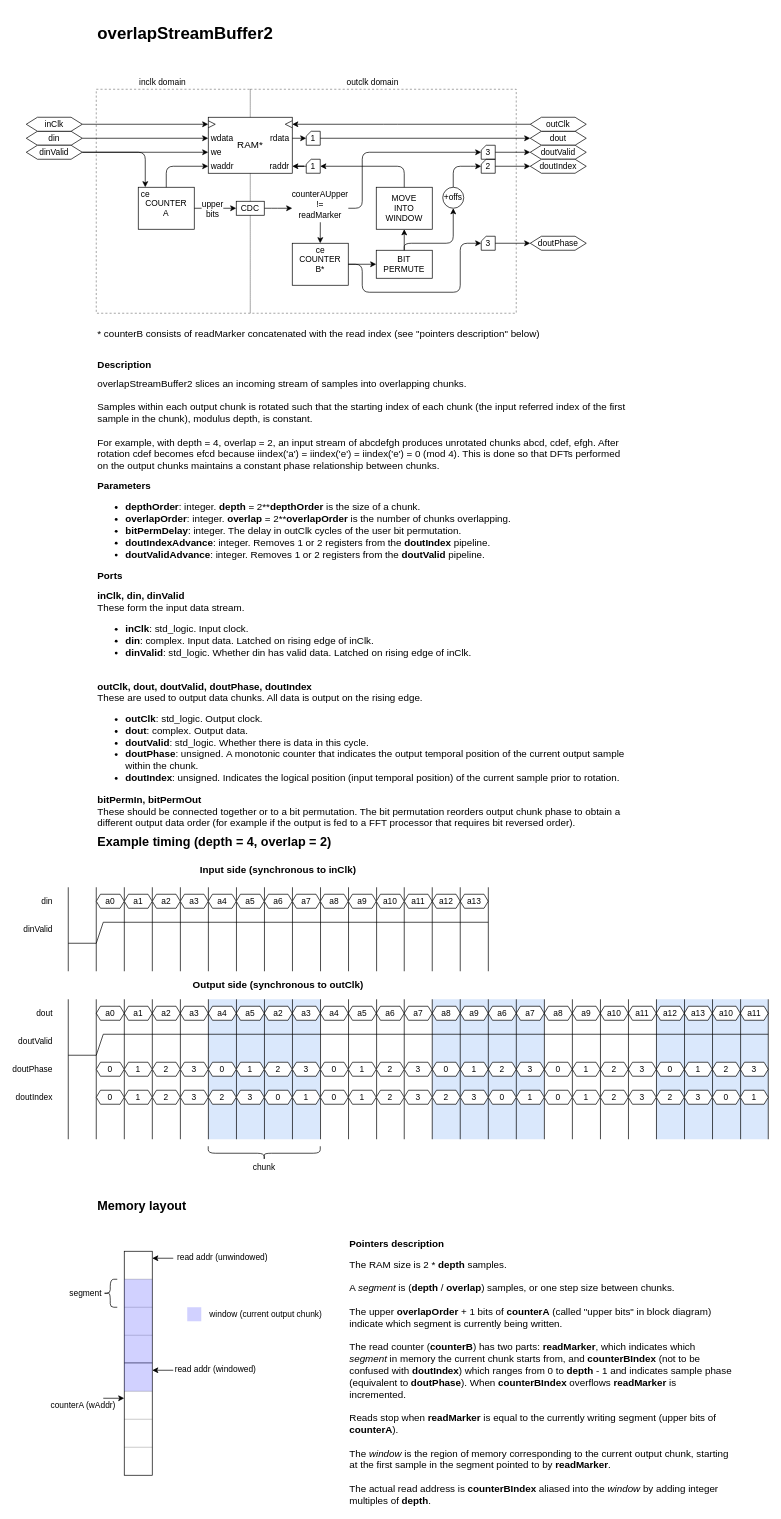
Before: diagrams/overlap_stream_buffer2.drawio in gabriel-tenma-white/fpga-dsp, a draw.io diagram. Source tidied: cells renumbered, new cells numbered last; positions are measured from the earlier drawing's top-left corner, leaving out a move shared by most shapes. Both pictures are drawn from the tidied source at 70%, with x=0, y=0 at pixel (12, 19).
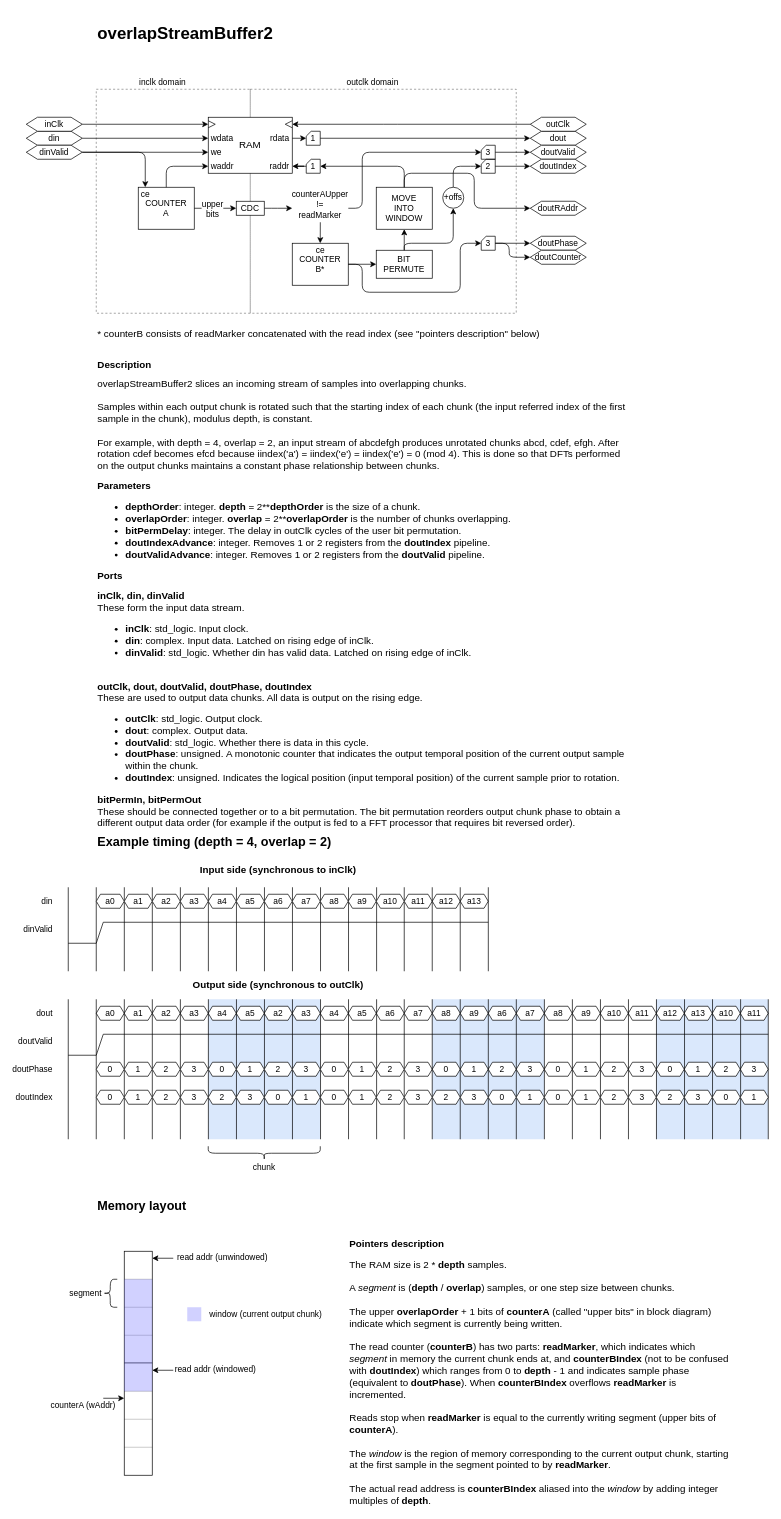
The same page after the edit.

Commit message (it also covers changes not shown here):
add overlapStreamBuffer3 and diagrams

The change refers to these unchanged cells:
```xml
<mxCell id="4" style="group;" parent="1" vertex="1">
  <mxGeometry x="280" y="140" width="120" height="80" as="geometry" />
</mxCell>
<mxCell id="46" value="3" style="shape=card;whiteSpace=wrap;html=1;fillColor=none;fontSize=12;align=center;arcSize=10;size=7;" parent="1" vertex="1">
  <mxGeometry x="670" y="310" width="20" height="20" as="geometry" />
</mxCell>
<mxCell id="58" value="MOVE&lt;br&gt;INTO&lt;br&gt;WINDOW" style="rounded=0;whiteSpace=wrap;html=1;fontSize=12;align=center;" parent="57" vertex="1">
  <mxGeometry width="80" height="60" as="geometry" />
</mxCell>
<mxCell id="222" style="group;" parent="1" vertex="1">
  <mxGeometry x="40" y="1680" width="990" height="440" as="geometry" />
</mxCell>
```

Diff of the diagram source:
```diff
@@
-    <mxCell id="5" value="RAM*" style="rounded=0;whiteSpace=wrap;html=1;fontSize=14;" parent="4" vertex="1">
+    <mxCell id="5" value="RAM" style="rounded=0;whiteSpace=wrap;html=1;fontSize=14;" parent="4" vertex="1">
       <mxGeometry width="120" height="80" as="geometry" />
     </mxCell>
@@
+    <mxCell id="244" style="edgeStyle=orthogonalEdgeStyle;rounded=1;jettySize=auto;html=1;exitX=1;exitY=0.5;exitDx=0;exitDy=0;exitPerimeter=0;entryX=0;entryY=0.5;entryDx=0;entryDy=0;" parent="1" edge="1" source="46" target="245">
+      <mxGeometry relative="1" as="geometry">
+        <Array as="points">
+          <mxPoint x="710" y="320" />
+          <mxPoint x="710" y="340" />
+        </Array>
+      </mxGeometry>
+    </mxCell>
@@
-    <mxCell id="241" value="&lt;h3 style=&quot;font-size: 14px;&quot;&gt;Pointers description&lt;/h3&gt;The RAM size is 2 *&amp;nbsp;&lt;b style=&quot;font-size: 14px;&quot;&gt;depth&lt;/b&gt; samples.&lt;br style=&quot;font-size: 14px;&quot;&gt;&lt;br style=&quot;font-size: 14px;&quot;&gt;A &lt;i style=&quot;font-size: 14px;&quot;&gt;segment&lt;/i&gt; is (&lt;b style=&quot;font-size: 14px;&quot;&gt;depth&lt;/b&gt; / &lt;b style=&quot;font-size: 14px;&quot;&gt;overlap&lt;/b&gt;) samples, or one step size between chunks.&lt;br style=&quot;font-size: 14px;&quot;&gt;&lt;br style=&quot;font-size: 14px;&quot;&gt;The upper &lt;b style=&quot;font-size: 14px;&quot;&gt;overlapOrder&amp;nbsp;&lt;/b&gt;+ 1 bits of &lt;b style=&quot;font-size: 14px;&quot;&gt;counterA&lt;/b&gt; (called &quot;upper bits&quot; in block diagram) indicate which segment is currently being written.&lt;br style=&quot;font-size: 14px;&quot;&gt;&lt;br style=&quot;font-size: 14px;&quot;&gt;The read counter (&lt;b style=&quot;font-size: 14px;&quot;&gt;counterB&lt;/b&gt;) has two parts:&amp;nbsp;&lt;b style=&quot;font-size: 14px;&quot;&gt;readMarker&lt;/b&gt;, which indicates which &lt;i style=&quot;font-size: 14px;&quot;&gt;segment&lt;/i&gt; in memory the current chunk starts from, and &lt;b style=&quot;font-size: 14px;&quot;&gt;counterBIndex &lt;/b&gt;(not to be confused with &lt;b style=&quot;font-size: 14px;&quot;&gt;doutIndex&lt;/b&gt;)&amp;nbsp;which ranges from 0 to &lt;b style=&quot;font-size: 14px;&quot;&gt;depth&lt;/b&gt; - 1 and indicates sample phase (equivalent to &lt;b style=&quot;font-size: 14px;&quot;&gt;doutPhase&lt;/b&gt;). When&amp;nbsp;&lt;b style=&quot;font-size: 14px;&quot;&gt;counterBIndex&lt;/b&gt;&amp;nbsp;overflows &lt;b style=&quot;font-size: 14px;&quot;&gt;readMarker&lt;/b&gt; is incremented.&lt;br style=&quot;font-size: 14px;&quot;&gt;&lt;br style=&quot;font-size: 14px;&quot;&gt;Reads stop when&amp;nbsp;&lt;b style=&quot;font-size: 14px;&quot;&gt;readMarker &lt;/b&gt;is equal to the currently writing segment (upper bits of &lt;b style=&quot;font-size: 14px;&quot;&gt;counterA&lt;/b&gt;).&lt;br style=&quot;font-size: 14px;&quot;&gt;&lt;br style=&quot;font-size: 14px;&quot;&gt;The &lt;i style=&quot;font-size: 14px;&quot;&gt;window&lt;/i&gt; is the region of memory corresponding to the current output chunk, starting at the first sample in the segment pointed to by &lt;b style=&quot;font-size: 14px;&quot;&gt;readMarker&lt;/b&gt;.&lt;br style=&quot;font-size: 14px;&quot;&gt;&lt;br style=&quot;font-size: 14px;&quot;&gt;The actual read address is&amp;nbsp;&lt;b style=&quot;font-size: 14px;&quot;&gt;counterBIndex&lt;/b&gt; aliased into the &lt;i style=&quot;font-size: 14px;&quot;&gt;window&lt;/i&gt;&amp;nbsp;by adding integer multiples of &lt;b style=&quot;font-size: 14px;&quot;&gt;depth&lt;/b&gt;." style="text;html=1;strokeColor=none;fillColor=none;align=left;verticalAlign=top;whiteSpace=wrap;rounded=0;fontSize=14;" parent="222" vertex="1">
+    <mxCell id="241" value="&lt;h3 style=&quot;font-size: 14px&quot;&gt;Pointers description&lt;/h3&gt;The RAM size is 2 *&amp;nbsp;&lt;b style=&quot;font-size: 14px&quot;&gt;depth&lt;/b&gt; samples.&lt;br style=&quot;font-size: 14px&quot;&gt;&lt;br style=&quot;font-size: 14px&quot;&gt;A &lt;i style=&quot;font-size: 14px&quot;&gt;segment&lt;/i&gt; is (&lt;b style=&quot;font-size: 14px&quot;&gt;depth&lt;/b&gt; / &lt;b style=&quot;font-size: 14px&quot;&gt;overlap&lt;/b&gt;) samples, or one step size between chunks.&lt;br style=&quot;font-size: 14px&quot;&gt;&lt;br style=&quot;font-size: 14px&quot;&gt;The upper &lt;b style=&quot;font-size: 14px&quot;&gt;overlapOrder&amp;nbsp;&lt;/b&gt;+ 1 bits of &lt;b style=&quot;font-size: 14px&quot;&gt;counterA&lt;/b&gt; (called &quot;upper bits&quot; in block diagram) indicate which segment is currently being written.&lt;br style=&quot;font-size: 14px&quot;&gt;&lt;br style=&quot;font-size: 14px&quot;&gt;The read counter (&lt;b style=&quot;font-size: 14px&quot;&gt;counterB&lt;/b&gt;) has two parts:&amp;nbsp;&lt;b style=&quot;font-size: 14px&quot;&gt;readMarker&lt;/b&gt;, which indicates which &lt;i style=&quot;font-size: 14px&quot;&gt;segment&lt;/i&gt; in memory the current chunk ends at, and &lt;b style=&quot;font-size: 14px&quot;&gt;counterBIndex &lt;/b&gt;(not to be confused with &lt;b style=&quot;font-size: 14px&quot;&gt;doutIndex&lt;/b&gt;)&amp;nbsp;which ranges from 0 to &lt;b style=&quot;font-size: 14px&quot;&gt;depth&lt;/b&gt; - 1 and indicates sample phase (equivalent to &lt;b style=&quot;font-size: 14px&quot;&gt;doutPhase&lt;/b&gt;). When&amp;nbsp;&lt;b style=&quot;font-size: 14px&quot;&gt;counterBIndex&lt;/b&gt;&amp;nbsp;overflows &lt;b style=&quot;font-size: 14px&quot;&gt;readMarker&lt;/b&gt; is incremented.&lt;br style=&quot;font-size: 14px&quot;&gt;&lt;br style=&quot;font-size: 14px&quot;&gt;Reads stop when&amp;nbsp;&lt;b style=&quot;font-size: 14px&quot;&gt;readMarker &lt;/b&gt;is equal to the currently writing segment (upper bits of &lt;b style=&quot;font-size: 14px&quot;&gt;counterA&lt;/b&gt;).&lt;br style=&quot;font-size: 14px&quot;&gt;&lt;br style=&quot;font-size: 14px&quot;&gt;The &lt;i style=&quot;font-size: 14px&quot;&gt;window&lt;/i&gt; is the region of memory corresponding to the current output chunk, starting at the first sample in the segment pointed to by &lt;b style=&quot;font-size: 14px&quot;&gt;readMarker&lt;/b&gt;.&lt;br style=&quot;font-size: 14px&quot;&gt;&lt;br style=&quot;font-size: 14px&quot;&gt;The actual read address is&amp;nbsp;&lt;b style=&quot;font-size: 14px&quot;&gt;counterBIndex&lt;/b&gt; aliased into the &lt;i style=&quot;font-size: 14px&quot;&gt;window&lt;/i&gt;&amp;nbsp;by adding integer multiples of &lt;b style=&quot;font-size: 14px&quot;&gt;depth&lt;/b&gt;." style="text;html=1;strokeColor=none;fillColor=none;align=left;verticalAlign=top;whiteSpace=wrap;rounded=0;fontSize=14;" parent="222" vertex="1">
       <mxGeometry x="440" y="40" width="550" height="400" as="geometry" />
     </mxCell>
@@
+    <mxCell id="245" value="doutCounter" style="shape=hexagon;perimeter=hexagonPerimeter2;whiteSpace=wrap;html=1;fontSize=12;align=center;size=0.2;" parent="1" vertex="1">
+      <mxGeometry x="740" y="330" width="80" height="20" as="geometry" />
+    </mxCell>
+    <mxCell id="246" value="doutRAddr" style="shape=hexagon;perimeter=hexagonPerimeter2;whiteSpace=wrap;html=1;fontSize=12;align=center;size=0.2;" parent="1" vertex="1">
+      <mxGeometry x="740" y="260" width="80" height="20" as="geometry" />
+    </mxCell>
+    <mxCell id="247" style="edgeStyle=orthogonalEdgeStyle;rounded=1;jettySize=auto;html=1;exitX=0.5;exitY=0;exitDx=0;exitDy=0;entryX=0;entryY=0.5;entryDx=0;entryDy=0;" parent="1" edge="1" source="58" target="246">
+      <mxGeometry relative="1" as="geometry">
+        <Array as="points">
+          <mxPoint x="560" y="220" />
+          <mxPoint x="660" y="220" />
+          <mxPoint x="660" y="270" />
+        </Array>
+      </mxGeometry>
+    </mxCell>
```
